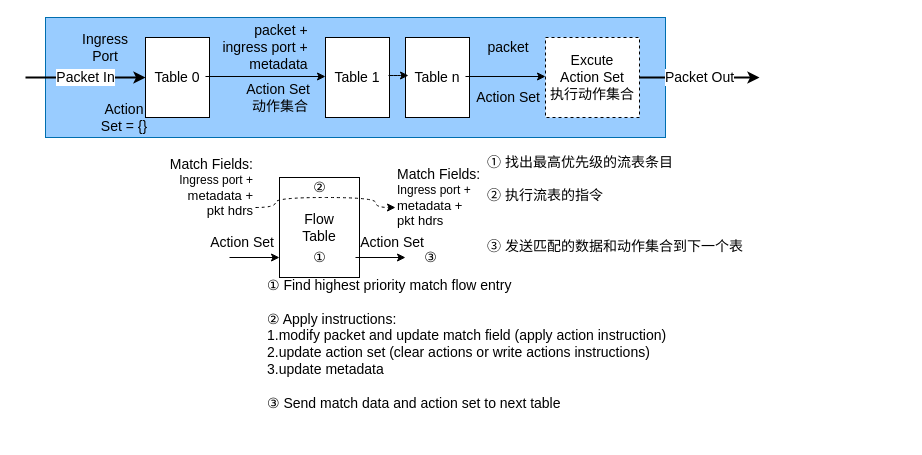
Before: page "OpenFlow" (2 of 2) of SDN.drawio in waterwatermelon/graph, a draw.io diagram. Source tidied: cells renumbered, new cells numbered last; positions are measured from the earlier drawing's top-left corner, leaving out a move shared by most shapes. Both pictures are drawn from the tidied source at 100%, with x=0, y=0 at pixel (25, 17).
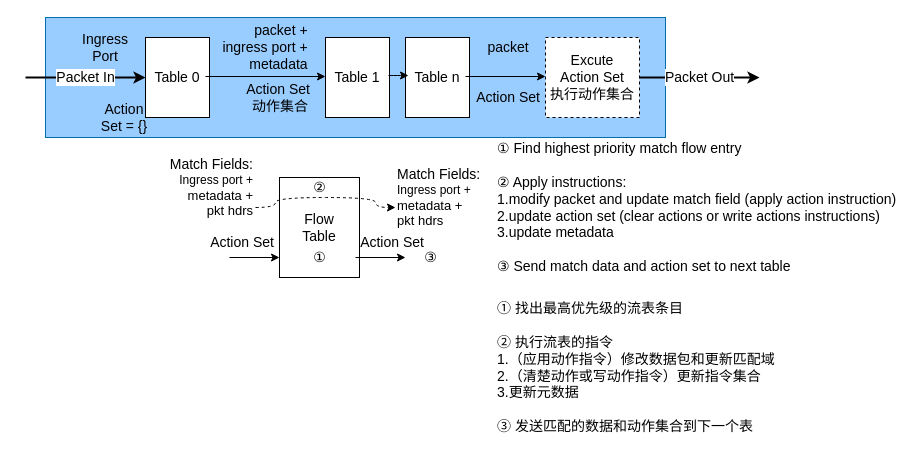
Above is the later version.

Change to the diagram source:
```diff
@@
-    <mxCell id="29" value="① 找出最高优先级的流表条目&lt;br&gt;&lt;div&gt;&lt;br&gt;&lt;/div&gt;&lt;div&gt;② 执行流表的指令&lt;/div&gt;&lt;div&gt;&lt;br&gt;&lt;/div&gt;&lt;div&gt;&lt;br&gt;&lt;/div&gt;&lt;div&gt;③ 发送匹配的数据和动作集合到下一个表&lt;/div&gt;&lt;div&gt;&lt;br&gt;&lt;/div&gt;" style="text;html=1;align=left;verticalAlign=middle;fontSize=14;" parent="1" vertex="1">
-      <mxGeometry x="460" y="135" width="270" height="120" as="geometry" />
+    <mxCell id="29" value="① 找出最高优先级的流表条目&lt;br&gt;&lt;div&gt;&lt;br&gt;&lt;/div&gt;&lt;div&gt;② 执行流表的指令&lt;/div&gt;&lt;div&gt;1.（应用动作指令）修改数据包和更新匹配域&lt;/div&gt;&lt;div&gt;2.（清楚动作或写动作指令）更新指令集合&lt;/div&gt;&lt;div&gt;3.更新元数据&lt;/div&gt;&lt;div&gt;&lt;br&gt;&lt;/div&gt;&lt;div&gt;③ 发送匹配的数据和动作集合到下一个表&lt;/div&gt;" style="text;html=1;align=left;verticalAlign=middle;fontSize=14;" parent="1" vertex="1">
+      <mxGeometry x="470" y="280" width="290" height="140" as="geometry" />
     </mxCell>
-    <mxCell id="30" value="① Find highest priority match flow entry&lt;br&gt;&lt;div&gt;&lt;br&gt;&lt;/div&gt;&lt;div&gt;② Apply instructions:&lt;/div&gt;&lt;div&gt;1.modify packet and update match field (apply action instruction)&lt;/div&gt;&lt;div&gt;2.update action set (clear actions or write actions instructions)&lt;/div&gt;&lt;div&gt;3.update metadata&lt;/div&gt;&lt;div&gt;&lt;br&gt;&lt;/div&gt;&lt;div&gt;③ Send match data and action set to next table&amp;nbsp;&lt;/div&gt;&lt;div&gt;&lt;br&gt;&lt;/div&gt;" style="text;html=1;align=left;verticalAlign=middle;fontSize=14;" parent="1" vertex="1">
-      <mxGeometry x="240" y="255" width="410" height="160" as="geometry" />
+    <mxCell id="30" value="① Find highest priority match flow entry&lt;br&gt;&lt;div&gt;&lt;br&gt;&lt;/div&gt;&lt;div&gt;② Apply instructions:&lt;/div&gt;&lt;div&gt;1.modify packet and update match field (apply action instruction)&lt;/div&gt;&lt;div&gt;2.update action set (clear actions or write actions instructions)&lt;/div&gt;&lt;div&gt;3.update metadata&lt;/div&gt;&lt;div&gt;&lt;br&gt;&lt;/div&gt;&lt;div&gt;③ Send match data and action set to next table&amp;nbsp;&lt;/div&gt;" style="text;html=1;align=left;verticalAlign=middle;fontSize=14;" parent="1" vertex="1">
+      <mxGeometry x="470" y="120" width="410" height="140" as="geometry" />
     </mxCell>
```
